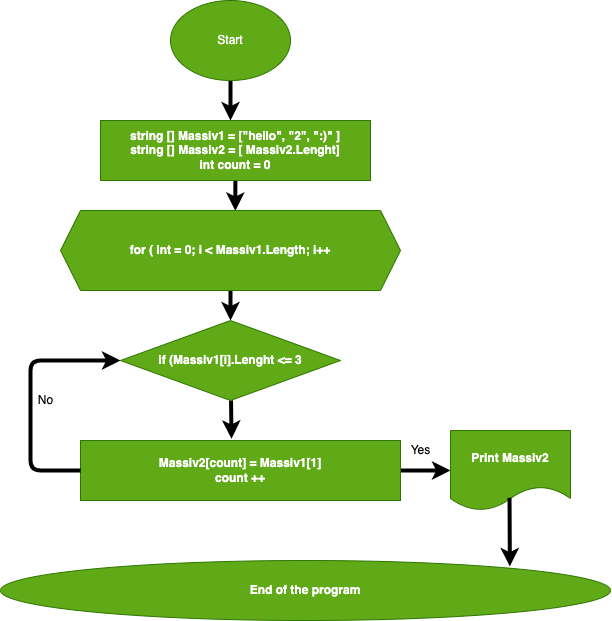
Above: SchemeOfTheTask.drawio.png in vladimir270/ControlTest-1-quarter (draw.io), before the change. Source tidied: cells renumbered, new cells last; positions are measured from the earlier drawing's top-left corner, leaving out a move shared by most shapes.
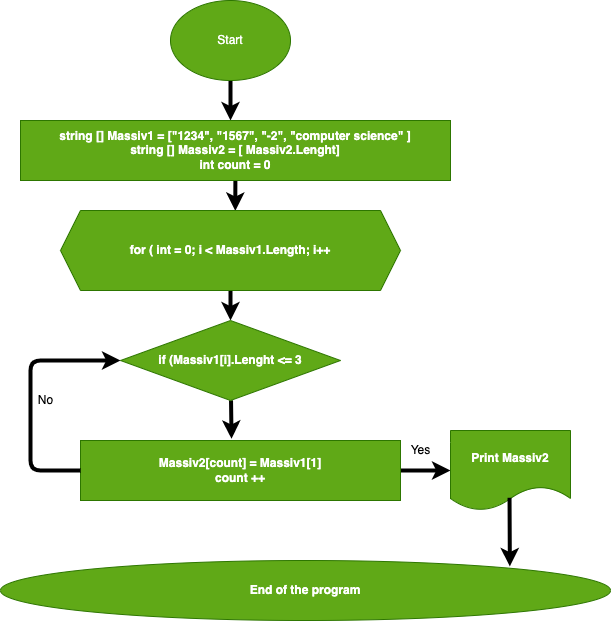
After the change.

The edit, as a diff of the source:
```diff
@@ -15,8 +15,8 @@
     <mxCell id="4" style="edgeStyle=none;html=1;entryX=0.514;entryY=0.005;entryDx=0;entryDy=0;entryPerimeter=0;strokeWidth=4;" parent="1" edge="1" source="5" target="7">
       <mxGeometry relative="1" as="geometry" />
     </mxCell>
-    <mxCell id="5" value="&lt;b&gt;string [] Massiv1 = [&quot;hello&quot;, &quot;2&quot;, &quot;:)&quot; ]&lt;br&gt;string [] Massiv2 = [ Massiv2.Lenght]&lt;br&gt;int count = 0&lt;/b&gt;" style="whiteSpace=wrap;html=1;fillColor=#60a917;strokeColor=#2D7600;fontColor=#ffffff;" parent="1" vertex="1">
-      <mxGeometry x="100" y="120" width="270" height="60" as="geometry" />
+    <mxCell id="5" value="&lt;b&gt;string [] Massiv1 = [&quot;1234&quot;, &quot;1567&quot;, &quot;-2&quot;, &quot;computer science&quot; ]&lt;br&gt;string [] Massiv2 = [ Massiv2.Lenght]&lt;br&gt;int count = 0&lt;/b&gt;" style="whiteSpace=wrap;html=1;fillColor=#60a917;strokeColor=#2D7600;fontColor=#ffffff;" parent="1" vertex="1">
+      <mxGeometry x="20" y="120" width="430" height="60" as="geometry" />
     </mxCell>
     <mxCell id="6" style="edgeStyle=none;html=1;strokeWidth=4;" parent="1" edge="1" source="7" target="9">
       <mxGeometry relative="1" as="geometry" />
```
